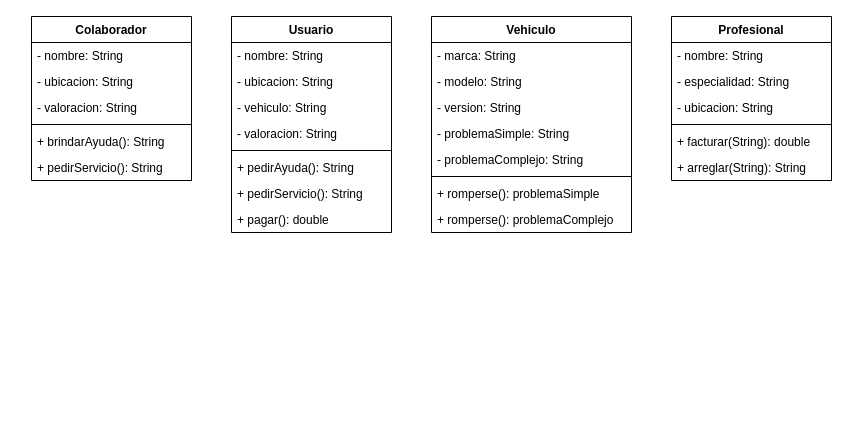
The draw.io diagram Untitled Diagram.drawio in CarlosFerOrduna/Auxilio, before the edit. Source tidied: cells renumbered, new cells numbered last; positions are measured from the earlier drawing's top-left corner, leaving out a move shared by most shapes. Both pictures are drawn from the tidied source at 100%, with x=0, y=0 at pixel (31, 16).
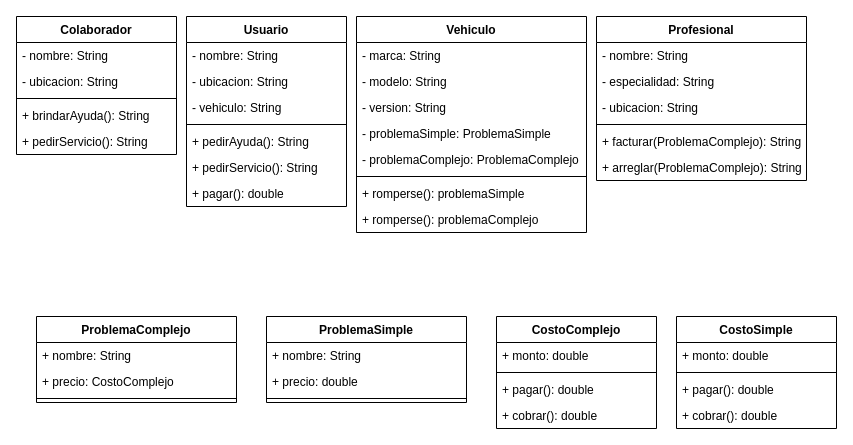
The same page after the edit.

Commit message:
actualizacion a medias

Change to the diagram source:
```diff
@@
     <mxCell id="2" value="Usuario" style="swimlane;fontStyle=1;align=center;verticalAlign=top;horizontal=1;startSize=26;" parent="1" vertex="1">
-      <mxGeometry x="200" width="160" height="216" as="geometry" />
+      <mxGeometry x="155" width="160" height="190" as="geometry" />
     </mxCell>
@@
-    <mxCell id="6" value="- valoracion: String" style="text;strokeColor=none;fillColor=none;align=left;verticalAlign=top;spacingLeft=4;spacingRight=4;overflow=hidden;" parent="2" vertex="1">
-      <mxGeometry y="104" width="160" height="26" as="geometry" />
-    </mxCell>
     <mxCell id="7" style="line;strokeWidth=1;fillColor=none;align=left;verticalAlign=middle;spacingTop=-1;spacingLeft=3;spacingRight=3;labelPosition=right;" parent="2" vertex="1">
-      <mxGeometry y="130" width="160" height="8" as="geometry" />
+      <mxGeometry y="104" width="160" height="8" as="geometry" />
     </mxCell>
     <mxCell id="8" value="+ pedirAyuda(): String" style="text;strokeColor=none;fillColor=none;align=left;verticalAlign=top;spacingLeft=4;spacingRight=4;overflow=hidden;" parent="2" vertex="1">
-      <mxGeometry y="138" width="160" height="26" as="geometry" />
+      <mxGeometry y="112" width="160" height="26" as="geometry" />
     </mxCell>
     <mxCell id="9" value="+ pedirServicio(): String" style="text;strokeColor=none;fillColor=none;align=left;verticalAlign=top;spacingLeft=4;spacingRight=4;overflow=hidden;" parent="2" vertex="1">
-      <mxGeometry y="164" width="160" height="26" as="geometry" />
+      <mxGeometry y="138" width="160" height="26" as="geometry" />
     </mxCell>
     <mxCell id="10" value="+ pagar(): double&#10;" style="text;strokeColor=none;fillColor=none;align=left;verticalAlign=top;spacingLeft=4;spacingRight=4;overflow=hidden;" parent="2" vertex="1">
-      <mxGeometry y="190" width="160" height="26" as="geometry" />
+      <mxGeometry y="164" width="160" height="26" as="geometry" />
     </mxCell>
     <mxCell id="11" value="Vehiculo" style="swimlane;fontStyle=1;align=center;verticalAlign=top;horizontal=1;startSize=26;" parent="1" vertex="1">
-      <mxGeometry x="400" width="200" height="216" as="geometry" />
+      <mxGeometry x="325" width="230" height="216" as="geometry" />
     </mxCell>
     <mxCell id="12" value="- marca: String" style="text;strokeColor=none;fillColor=none;align=left;verticalAlign=top;spacingLeft=4;spacingRight=4;overflow=hidden;" parent="11" vertex="1">
-      <mxGeometry y="26" width="200" height="26" as="geometry" />
+      <mxGeometry y="26" width="230" height="26" as="geometry" />
     </mxCell>
     <mxCell id="13" value="- modelo: String" style="text;strokeColor=none;fillColor=none;align=left;verticalAlign=top;spacingLeft=4;spacingRight=4;overflow=hidden;" parent="11" vertex="1">
-      <mxGeometry y="52" width="200" height="26" as="geometry" />
+      <mxGeometry y="52" width="230" height="26" as="geometry" />
     </mxCell>
     <mxCell id="14" value="- version: String" style="text;strokeColor=none;fillColor=none;align=left;verticalAlign=top;spacingLeft=4;spacingRight=4;overflow=hidden;" parent="11" vertex="1">
-      <mxGeometry y="78" width="200" height="26" as="geometry" />
+      <mxGeometry y="78" width="230" height="26" as="geometry" />
     </mxCell>
-    <mxCell id="15" value="- problemaSimple: String" style="text;strokeColor=none;fillColor=none;align=left;verticalAlign=top;spacingLeft=4;spacingRight=4;overflow=hidden;" parent="11" vertex="1">
-      <mxGeometry y="104" width="200" height="26" as="geometry" />
+    <mxCell id="15" value="- problemaSimple: ProblemaSimple" style="text;strokeColor=none;fillColor=none;align=left;verticalAlign=top;spacingLeft=4;spacingRight=4;overflow=hidden;" parent="11" vertex="1">
+      <mxGeometry y="104" width="230" height="26" as="geometry" />
     </mxCell>
-    <mxCell id="16" value="- problemaComplejo: String" style="text;strokeColor=none;fillColor=none;align=left;verticalAlign=top;spacingLeft=4;spacingRight=4;overflow=hidden;" parent="11" vertex="1">
-      <mxGeometry y="130" width="200" height="26" as="geometry" />
+    <mxCell id="16" value="- problemaComplejo: ProblemaComplejo" style="text;strokeColor=none;fillColor=none;align=left;verticalAlign=top;spacingLeft=4;spacingRight=4;overflow=hidden;" parent="11" vertex="1">
+      <mxGeometry y="130" width="230" height="26" as="geometry" />
     </mxCell>
     <mxCell id="17" style="line;strokeWidth=1;fillColor=none;align=left;verticalAlign=middle;spacingTop=-1;spacingLeft=3;spacingRight=3;labelPosition=right;" parent="11" vertex="1">
-      <mxGeometry y="156" width="200" height="8" as="geometry" />
+      <mxGeometry y="156" width="230" height="8" as="geometry" />
     </mxCell>
     <mxCell id="18" value="+ romperse(): problemaSimple" style="text;strokeColor=none;fillColor=none;align=left;verticalAlign=top;spacingLeft=4;spacingRight=4;overflow=hidden;" parent="11" vertex="1">
-      <mxGeometry y="164" width="200" height="26" as="geometry" />
+      <mxGeometry y="164" width="230" height="26" as="geometry" />
     </mxCell>
     <mxCell id="19" value="+ romperse(): problemaComplejo" style="text;strokeColor=none;fillColor=none;align=left;verticalAlign=top;spacingLeft=4;spacingRight=4;overflow=hidden;" parent="11" vertex="1">
-      <mxGeometry y="190" width="200" height="26" as="geometry" />
+      <mxGeometry y="190" width="230" height="26" as="geometry" />
     </mxCell>
     <mxCell id="20" value="Profesional" style="swimlane;fontStyle=1;align=center;verticalAlign=top;horizontal=1;startSize=26;" parent="1" vertex="1">
-      <mxGeometry x="640" width="160" height="164" as="geometry" />
+      <mxGeometry x="565" width="210" height="164" as="geometry" />
     </mxCell>
     <mxCell id="21" value="- nombre: String" style="text;strokeColor=none;fillColor=none;align=left;verticalAlign=top;spacingLeft=4;spacingRight=4;overflow=hidden;" parent="20" vertex="1">
-      <mxGeometry y="26" width="160" height="26" as="geometry" />
+      <mxGeometry y="26" width="210" height="26" as="geometry" />
     </mxCell>
     <mxCell id="22" value="- especialidad: String" style="text;strokeColor=none;fillColor=none;align=left;verticalAlign=top;spacingLeft=4;spacingRight=4;overflow=hidden;" parent="20" vertex="1">
-      <mxGeometry y="52" width="160" height="26" as="geometry" />
+      <mxGeometry y="52" width="210" height="26" as="geometry" />
     </mxCell>
     <mxCell id="23" value="- ubicacion: String" style="text;strokeColor=none;fillColor=none;align=left;verticalAlign=top;spacingLeft=4;spacingRight=4;overflow=hidden;" parent="20" vertex="1">
-      <mxGeometry y="78" width="160" height="26" as="geometry" />
+      <mxGeometry y="78" width="210" height="26" as="geometry" />
     </mxCell>
     <mxCell id="24" style="line;strokeWidth=1;fillColor=none;align=left;verticalAlign=middle;spacingTop=-1;spacingLeft=3;spacingRight=3;labelPosition=right;" parent="20" vertex="1">
-      <mxGeometry y="104" width="160" height="8" as="geometry" />
+      <mxGeometry y="104" width="210" height="8" as="geometry" />
     </mxCell>
-    <mxCell id="25" value="+ facturar(String): double" style="text;strokeColor=none;fillColor=none;align=left;verticalAlign=top;spacingLeft=4;spacingRight=4;overflow=hidden;" parent="20" vertex="1">
-      <mxGeometry y="112" width="160" height="26" as="geometry" />
+    <mxCell id="25" value="+ facturar(ProblemaComplejo): String" style="text;strokeColor=none;fillColor=none;align=left;verticalAlign=top;spacingLeft=4;spacingRight=4;overflow=hidden;" parent="20" vertex="1">
+      <mxGeometry y="112" width="210" height="26" as="geometry" />
     </mxCell>
-    <mxCell id="26" value="+ arreglar(String): String" style="text;strokeColor=none;fillColor=none;align=left;verticalAlign=top;spacingLeft=4;spacingRight=4;overflow=hidden;" parent="20" vertex="1">
-      <mxGeometry y="138" width="160" height="26" as="geometry" />
+    <mxCell id="26" value="+ arreglar(ProblemaComplejo): String" style="text;strokeColor=none;fillColor=none;align=left;verticalAlign=top;spacingLeft=4;spacingRight=4;overflow=hidden;" parent="20" vertex="1">
+      <mxGeometry y="138" width="210" height="26" as="geometry" />
     </mxCell>
     <mxCell id="27" value="Colaborador" style="swimlane;fontStyle=1;align=center;verticalAlign=top;horizontal=1;startSize=26;" parent="1" vertex="1">
-      <mxGeometry width="160" height="164" as="geometry" />
+      <mxGeometry x="-15" width="160" height="138" as="geometry" />
     </mxCell>
@@
-    <mxCell id="30" value="- valoracion: String" style="text;strokeColor=none;fillColor=none;align=left;verticalAlign=top;spacingLeft=4;spacingRight=4;overflow=hidden;" parent="27" vertex="1">
-      <mxGeometry y="78" width="160" height="26" as="geometry" />
-    </mxCell>
     <mxCell id="31" style="line;strokeWidth=1;fillColor=none;align=left;verticalAlign=middle;spacingTop=-1;spacingLeft=3;spacingRight=3;labelPosition=right;" parent="27" vertex="1">
-      <mxGeometry y="104" width="160" height="8" as="geometry" />
+      <mxGeometry y="78" width="160" height="8" as="geometry" />
     </mxCell>
     <mxCell id="32" value="+ brindarAyuda(): String" style="text;strokeColor=none;fillColor=none;align=left;verticalAlign=top;spacingLeft=4;spacingRight=4;overflow=hidden;" parent="27" vertex="1">
-      <mxGeometry y="112" width="160" height="26" as="geometry" />
+      <mxGeometry y="86" width="160" height="26" as="geometry" />
     </mxCell>
     <mxCell id="33" value="+ pedirServicio(): String" style="text;strokeColor=none;fillColor=none;align=left;verticalAlign=top;spacingLeft=4;spacingRight=4;overflow=hidden;" parent="27" vertex="1">
-      <mxGeometry y="138" width="160" height="26" as="geometry" />
+      <mxGeometry y="112" width="160" height="26" as="geometry" />
     </mxCell>
+    <mxCell id="34" value="ProblemaComplejo" style="swimlane;fontStyle=1;align=center;verticalAlign=top;horizontal=1;startSize=26;" parent="1" vertex="1">
+      <mxGeometry x="5" y="300" width="200" height="86" as="geometry" />
+    </mxCell>
+    <mxCell id="35" value="+ nombre: String" style="text;strokeColor=none;fillColor=none;align=left;verticalAlign=top;spacingLeft=4;spacingRight=4;overflow=hidden;" parent="34" vertex="1">
+      <mxGeometry y="26" width="200" height="26" as="geometry" />
+    </mxCell>
+    <mxCell id="36" value="+ precio: CostoComplejo" style="text;strokeColor=none;fillColor=none;align=left;verticalAlign=top;spacingLeft=4;spacingRight=4;overflow=hidden;" parent="34" vertex="1">
+      <mxGeometry y="52" width="200" height="26" as="geometry" />
+    </mxCell>
+    <mxCell id="37" style="line;strokeWidth=1;fillColor=none;align=left;verticalAlign=middle;spacingTop=-1;spacingLeft=3;spacingRight=3;labelPosition=right;" parent="34" vertex="1">
+      <mxGeometry y="78" width="200" height="8" as="geometry" />
+    </mxCell>
+    <mxCell id="38" value="ProblemaSimple" style="swimlane;fontStyle=1;align=center;verticalAlign=top;horizontal=1;startSize=26;" parent="1" vertex="1">
+      <mxGeometry x="235" y="300" width="200" height="86" as="geometry" />
+    </mxCell>
+    <mxCell id="39" value="+ nombre: String" style="text;strokeColor=none;fillColor=none;align=left;verticalAlign=top;spacingLeft=4;spacingRight=4;overflow=hidden;" parent="38" vertex="1">
+      <mxGeometry y="26" width="200" height="26" as="geometry" />
+    </mxCell>
+    <mxCell id="40" value="+ precio: double" style="text;strokeColor=none;fillColor=none;align=left;verticalAlign=top;spacingLeft=4;spacingRight=4;overflow=hidden;" parent="38" vertex="1">
+      <mxGeometry y="52" width="200" height="26" as="geometry" />
+    </mxCell>
+    <mxCell id="41" style="line;strokeWidth=1;fillColor=none;align=left;verticalAlign=middle;spacingTop=-1;spacingLeft=3;spacingRight=3;labelPosition=right;" parent="38" vertex="1">
+      <mxGeometry y="78" width="200" height="8" as="geometry" />
+    </mxCell>
+    <mxCell id="42" value="CostoComplejo" style="swimlane;fontStyle=1;align=center;verticalAlign=top;horizontal=1;startSize=26;" parent="1" vertex="1">
+      <mxGeometry x="465" y="300" width="160" height="112" as="geometry" />
+    </mxCell>
+    <mxCell id="43" value="+ monto: double" style="text;strokeColor=none;fillColor=none;align=left;verticalAlign=top;spacingLeft=4;spacingRight=4;overflow=hidden;" parent="42" vertex="1">
+      <mxGeometry y="26" width="160" height="26" as="geometry" />
+    </mxCell>
+    <mxCell id="44" style="line;strokeWidth=1;fillColor=none;align=left;verticalAlign=middle;spacingTop=-1;spacingLeft=3;spacingRight=3;labelPosition=right;" parent="42" vertex="1">
+      <mxGeometry y="52" width="160" height="8" as="geometry" />
+    </mxCell>
+    <mxCell id="45" value="+ pagar(): double" style="text;strokeColor=none;fillColor=none;align=left;verticalAlign=top;spacingLeft=4;spacingRight=4;overflow=hidden;" parent="42" vertex="1">
+      <mxGeometry y="60" width="160" height="26" as="geometry" />
+    </mxCell>
+    <mxCell id="46" value="+ cobrar(): double" style="text;strokeColor=none;fillColor=none;align=left;verticalAlign=top;spacingLeft=4;spacingRight=4;overflow=hidden;" parent="42" vertex="1">
+      <mxGeometry y="86" width="160" height="26" as="geometry" />
+    </mxCell>
+    <mxCell id="47" value="CostoSimple" style="swimlane;fontStyle=1;align=center;verticalAlign=top;horizontal=1;startSize=26;" parent="1" vertex="1">
+      <mxGeometry x="645" y="300" width="160" height="112" as="geometry" />
+    </mxCell>
+    <mxCell id="48" value="+ monto: double" style="text;strokeColor=none;fillColor=none;align=left;verticalAlign=top;spacingLeft=4;spacingRight=4;overflow=hidden;" parent="47" vertex="1">
+      <mxGeometry y="26" width="160" height="26" as="geometry" />
+    </mxCell>
+    <mxCell id="49" style="line;strokeWidth=1;fillColor=none;align=left;verticalAlign=middle;spacingTop=-1;spacingLeft=3;spacingRight=3;labelPosition=right;" parent="47" vertex="1">
+      <mxGeometry y="52" width="160" height="8" as="geometry" />
+    </mxCell>
+    <mxCell id="50" value="+ pagar(): double" style="text;strokeColor=none;fillColor=none;align=left;verticalAlign=top;spacingLeft=4;spacingRight=4;overflow=hidden;" parent="47" vertex="1">
+      <mxGeometry y="60" width="160" height="26" as="geometry" />
+    </mxCell>
+    <mxCell id="51" value="+ cobrar(): double" style="text;strokeColor=none;fillColor=none;align=left;verticalAlign=top;spacingLeft=4;spacingRight=4;overflow=hidden;" parent="47" vertex="1">
+      <mxGeometry y="86" width="160" height="26" as="geometry" />
+    </mxCell>
```
